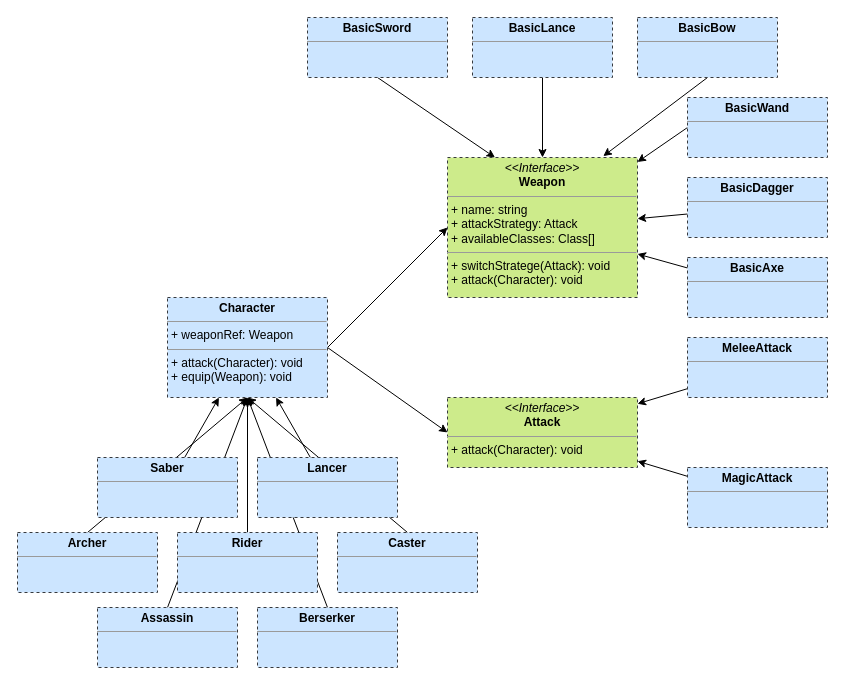
The draw.io diagram strategy_pattern_self_practice/simpleRPG.drawio in zeroLR/typescript-practice, before the edit. Source tidied: cells renumbered, new cells numbered last; positions are measured from the earlier drawing's top-left corner, leaving out a move shared by most shapes. Both pictures are drawn from the tidied source at 100%, with x=0, y=0 at pixel (17, 17).
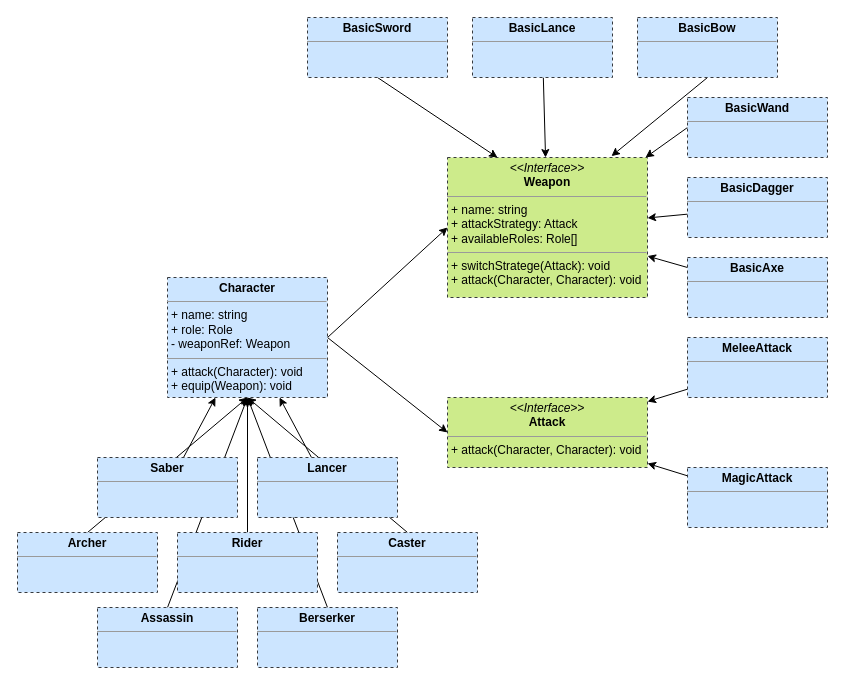
The same page after the edit.

Diff of the diagram source:
```diff
@@
-    <mxCell id="4" value="&lt;p style=&quot;margin: 0px ; margin-top: 4px ; text-align: center&quot;&gt;&lt;b&gt;Character&lt;/b&gt;&lt;/p&gt;&lt;hr size=&quot;1&quot;&gt;&lt;p style=&quot;margin: 0px ; margin-left: 4px&quot;&gt;+ weaponRef: Weapon&lt;/p&gt;&lt;hr size=&quot;1&quot;&gt;&lt;p style=&quot;margin: 0px ; margin-left: 4px&quot;&gt;+ attack(Character): void&lt;/p&gt;&lt;p style=&quot;margin: 0px ; margin-left: 4px&quot;&gt;+ equip(Weapon): void&lt;/p&gt;" style="verticalAlign=top;align=left;overflow=fill;fontSize=12;fontFamily=Helvetica;html=1;rounded=0;shadow=0;glass=0;dashed=1;sketch=0;strokeWidth=1;fillColor=#cce5ff;strokeColor=#36393d;" parent="1" vertex="1">
-      <mxGeometry x="150" y="280" width="160" height="100" as="geometry" />
+    <mxCell id="4" value="&lt;p style=&quot;margin: 0px ; margin-top: 4px ; text-align: center&quot;&gt;&lt;b&gt;Character&lt;/b&gt;&lt;/p&gt;&lt;hr size=&quot;1&quot;&gt;&lt;p style=&quot;margin: 0px ; margin-left: 4px&quot;&gt;+ name: string&lt;/p&gt;&lt;p style=&quot;margin: 0px ; margin-left: 4px&quot;&gt;+ role: Role&lt;br&gt;- weaponRef: Weapon&lt;/p&gt;&lt;hr size=&quot;1&quot;&gt;&lt;p style=&quot;margin: 0px ; margin-left: 4px&quot;&gt;+ attack(Character): void&lt;/p&gt;&lt;p style=&quot;margin: 0px ; margin-left: 4px&quot;&gt;+ equip(Weapon): void&lt;/p&gt;" style="verticalAlign=top;align=left;overflow=fill;fontSize=12;fontFamily=Helvetica;html=1;rounded=0;shadow=0;glass=0;dashed=1;sketch=0;strokeWidth=1;fillColor=#cce5ff;strokeColor=#36393d;" parent="1" vertex="1">
+      <mxGeometry x="150" y="260" width="160" height="120" as="geometry" />
     </mxCell>
-    <mxCell id="5" value="&lt;p style=&quot;margin: 0px ; margin-top: 4px ; text-align: center&quot;&gt;&lt;i&gt;&amp;lt;&amp;lt;Interface&amp;gt;&amp;gt;&lt;/i&gt;&lt;br&gt;&lt;b&gt;Weapon&lt;/b&gt;&lt;/p&gt;&lt;hr size=&quot;1&quot;&gt;&lt;p style=&quot;margin: 0px ; margin-left: 4px&quot;&gt;+ name: string&lt;br&gt;+ attackStrategy: Attack&lt;/p&gt;&lt;p style=&quot;margin: 0px ; margin-left: 4px&quot;&gt;+ availableClasses: Class[]&lt;/p&gt;&lt;hr size=&quot;1&quot;&gt;&lt;p style=&quot;margin: 0px ; margin-left: 4px&quot;&gt;+ switchStratege(Attack): void&lt;br&gt;+ attack(Character): void&lt;/p&gt;" style="verticalAlign=top;align=left;overflow=fill;fontSize=12;fontFamily=Helvetica;html=1;rounded=0;shadow=0;glass=0;dashed=1;sketch=0;strokeWidth=1;fillColor=#cdeb8b;strokeColor=#36393d;" parent="1" vertex="1">
-      <mxGeometry x="430" y="140" width="190" height="140" as="geometry" />
+    <mxCell id="5" value="&lt;p style=&quot;margin: 0px ; margin-top: 4px ; text-align: center&quot;&gt;&lt;i&gt;&amp;lt;&amp;lt;Interface&amp;gt;&amp;gt;&lt;/i&gt;&lt;br&gt;&lt;b&gt;Weapon&lt;/b&gt;&lt;/p&gt;&lt;hr size=&quot;1&quot;&gt;&lt;p style=&quot;margin: 0px ; margin-left: 4px&quot;&gt;+ name: string&lt;br&gt;+ attackStrategy: Attack&lt;/p&gt;&lt;p style=&quot;margin: 0px ; margin-left: 4px&quot;&gt;+ availableRoles: Role[]&lt;/p&gt;&lt;hr size=&quot;1&quot;&gt;&lt;p style=&quot;margin: 0px ; margin-left: 4px&quot;&gt;+ switchStratege(Attack): void&lt;br&gt;+ attack(Character, Character): void&lt;/p&gt;" style="verticalAlign=top;align=left;overflow=fill;fontSize=12;fontFamily=Helvetica;html=1;rounded=0;shadow=0;glass=0;dashed=1;sketch=0;strokeWidth=1;fillColor=#cdeb8b;strokeColor=#36393d;" parent="1" vertex="1">
+      <mxGeometry x="430" y="140" width="200" height="140" as="geometry" />
     </mxCell>
-    <mxCell id="6" value="&lt;p style=&quot;margin: 0px ; margin-top: 4px ; text-align: center&quot;&gt;&lt;i&gt;&amp;lt;&amp;lt;Interface&amp;gt;&amp;gt;&lt;/i&gt;&lt;br&gt;&lt;b&gt;Attack&lt;/b&gt;&lt;/p&gt;&lt;hr size=&quot;1&quot;&gt;&lt;p style=&quot;margin: 0px ; margin-left: 4px&quot;&gt;+ attack(Character): void&lt;/p&gt;" style="verticalAlign=top;align=left;overflow=fill;fontSize=12;fontFamily=Helvetica;html=1;rounded=0;shadow=0;glass=0;dashed=1;sketch=0;strokeWidth=1;fillColor=#cdeb8b;strokeColor=#36393d;" parent="1" vertex="1">
-      <mxGeometry x="430" y="380" width="190" height="70" as="geometry" />
+    <mxCell id="6" value="&lt;p style=&quot;margin: 0px ; margin-top: 4px ; text-align: center&quot;&gt;&lt;i&gt;&amp;lt;&amp;lt;Interface&amp;gt;&amp;gt;&lt;/i&gt;&lt;br&gt;&lt;b&gt;Attack&lt;/b&gt;&lt;/p&gt;&lt;hr size=&quot;1&quot;&gt;&lt;p style=&quot;margin: 0px ; margin-left: 4px&quot;&gt;+ attack(Character, Character): void&lt;/p&gt;" style="verticalAlign=top;align=left;overflow=fill;fontSize=12;fontFamily=Helvetica;html=1;rounded=0;shadow=0;glass=0;dashed=1;sketch=0;strokeWidth=1;fillColor=#cdeb8b;strokeColor=#36393d;" parent="1" vertex="1">
+      <mxGeometry x="430" y="380" width="200" height="70" as="geometry" />
     </mxCell>
```
